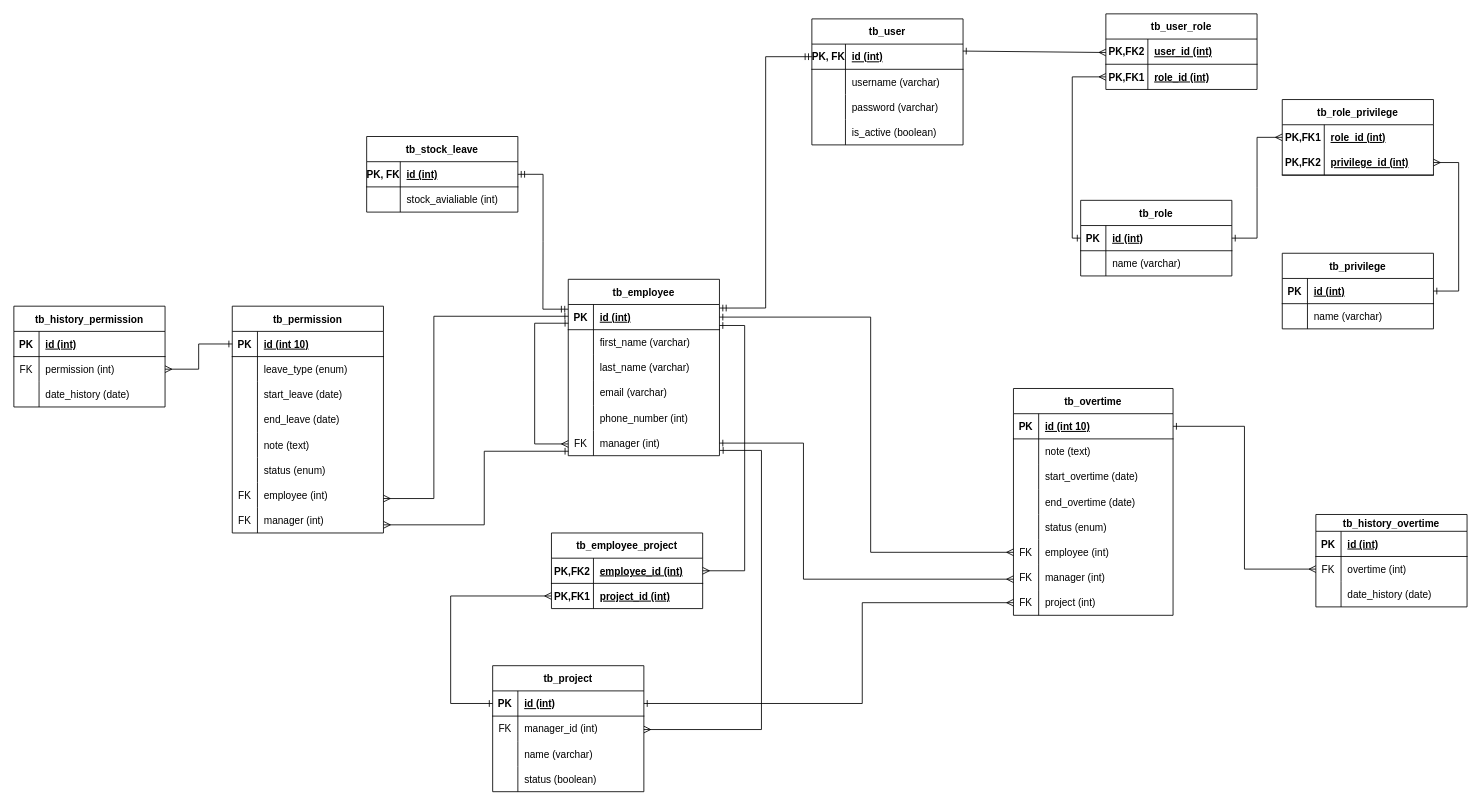
Earlier version of the draw.io diagram Final.drawio (zarmintaa/Skripsi). Source tidied: cells renumbered, new cells numbered last; positions are measured from the earlier drawing's top-left corner, leaving out a move shared by most shapes. Both pictures are drawn from the tidied source at 84%, with x=0, y=0 at pixel (13, 13).
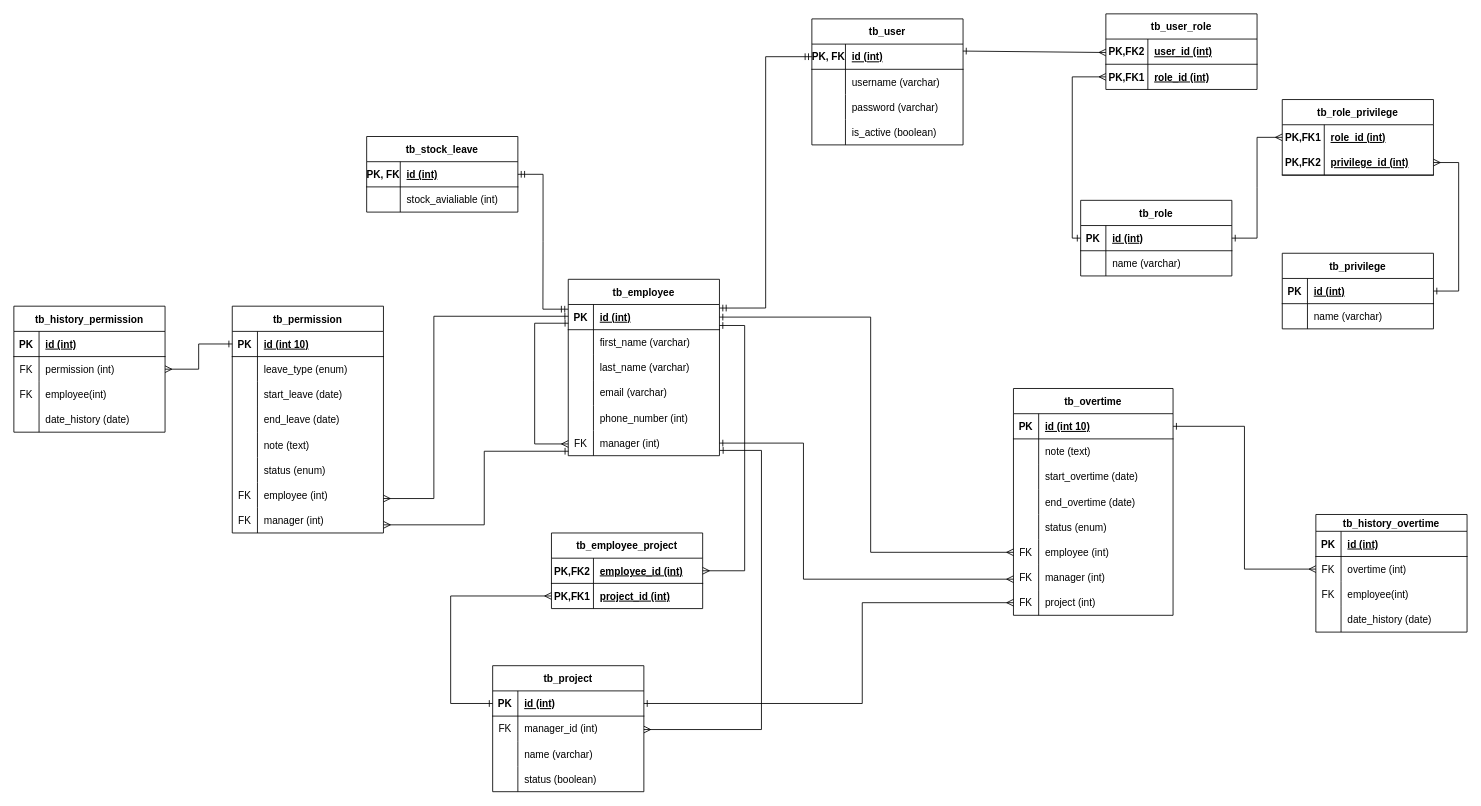
The same page after the edit.

Unchanged cells that the change refers to:
```xml
<mxCell id="89" style="shape=tableRow;horizontal=0;startSize=0;swimlaneHead=0;swimlaneBody=0;fillColor=none;top=0;left=0;right=0;bottom=0;" parent="82" vertex="1">
  <mxGeometry y="90" width="180" height="30" as="geometry" />
</mxCell>
<mxCell id="99" style="shape=tableRow;horizontal=0;startSize=0;swimlaneHead=0;swimlaneBody=0;fillColor=none;top=0;left=0;right=0;bottom=0;" parent="92" vertex="1">
  <mxGeometry y="80" width="180" height="30" as="geometry" />
</mxCell>
```

What changed in the source:
```diff
@@
     <mxCell id="82" value="tb_history_permission" style="shape=table;startSize=30;childLayout=tableLayout;rowLines=0;fontStyle=1;align=center;" parent="1" vertex="1">
-      <mxGeometry y="348" width="180" height="120" as="geometry" />
+      <mxGeometry y="348" width="180" height="150" as="geometry" />
     </mxCell>
@@
-    <mxCell id="90" style="shape=partialRectangle;fillColor=none;top=0;left=0;bottom=0;right=0;overflow=hidden;" parent="89" vertex="1">
+    <mxCell id="90" value="FK" style="shape=partialRectangle;fillColor=none;top=0;left=0;bottom=0;right=0;overflow=hidden;" parent="89" vertex="1">
       <mxGeometry width="30" height="30" as="geometry" />
     </mxCell>
-    <mxCell id="91" value="date_history (date)" style="shape=partialRectangle;fillColor=none;top=0;left=0;bottom=0;right=0;align=left;spacingLeft=6;overflow=hidden;" parent="89" vertex="1">
+    <mxCell id="91" value="employee(int)" style="shape=partialRectangle;fillColor=none;top=0;left=0;bottom=0;right=0;align=left;spacingLeft=6;overflow=hidden;" parent="89" vertex="1">
       <mxGeometry x="30" width="150" height="30" as="geometry" />
     </mxCell>
+    <mxCell id="176" style="shape=tableRow;horizontal=0;startSize=0;swimlaneHead=0;swimlaneBody=0;fillColor=none;top=0;left=0;right=0;bottom=0;" parent="82" vertex="1">
+      <mxGeometry y="120" width="180" height="30" as="geometry" />
+    </mxCell>
+    <mxCell id="177" style="shape=partialRectangle;fillColor=none;top=0;left=0;bottom=0;right=0;overflow=hidden;" parent="176" vertex="1">
+      <mxGeometry width="30" height="30" as="geometry" />
+    </mxCell>
+    <mxCell id="178" value="date_history (date)" style="shape=partialRectangle;fillColor=none;top=0;left=0;bottom=0;right=0;align=left;spacingLeft=6;overflow=hidden;" parent="176" vertex="1">
+      <mxGeometry x="30" width="150" height="30" as="geometry" />
+    </mxCell>
     <mxCell id="92" value="tb_history_overtime" style="shape=table;startSize=20;childLayout=tableLayout;rowLines=0;fontStyle=1;align=center;" parent="1" vertex="1">
-      <mxGeometry x="1550" y="596" width="180" height="110" as="geometry" />
+      <mxGeometry x="1550" y="596" width="180" height="140" as="geometry" />
     </mxCell>
@@
-    <mxCell id="100" style="shape=partialRectangle;fillColor=none;top=0;left=0;bottom=0;right=0;overflow=hidden;" parent="99" vertex="1">
+    <mxCell id="100" value="FK" style="shape=partialRectangle;fillColor=none;top=0;left=0;bottom=0;right=0;overflow=hidden;" parent="99" vertex="1">
       <mxGeometry width="30" height="30" as="geometry" />
     </mxCell>
-    <mxCell id="101" value="date_history (date)" style="shape=partialRectangle;fillColor=none;top=0;left=0;bottom=0;right=0;align=left;spacingLeft=6;overflow=hidden;" parent="99" vertex="1">
+    <mxCell id="101" value="employee(int)" style="shape=partialRectangle;fillColor=none;top=0;left=0;bottom=0;right=0;align=left;spacingLeft=6;overflow=hidden;" parent="99" vertex="1">
       <mxGeometry x="30" width="150" height="30" as="geometry" />
     </mxCell>
+    <mxCell id="179" style="shape=tableRow;horizontal=0;startSize=0;swimlaneHead=0;swimlaneBody=0;fillColor=none;top=0;left=0;right=0;bottom=0;" parent="92" vertex="1">
+      <mxGeometry y="110" width="180" height="30" as="geometry" />
+    </mxCell>
+    <mxCell id="180" style="shape=partialRectangle;fillColor=none;top=0;left=0;bottom=0;right=0;overflow=hidden;" parent="179" vertex="1">
+      <mxGeometry width="30" height="30" as="geometry" />
+    </mxCell>
+    <mxCell id="181" value="date_history (date)" style="shape=partialRectangle;fillColor=none;top=0;left=0;bottom=0;right=0;align=left;spacingLeft=6;overflow=hidden;" parent="179" vertex="1">
+      <mxGeometry x="30" width="150" height="30" as="geometry" />
+    </mxCell>
```
